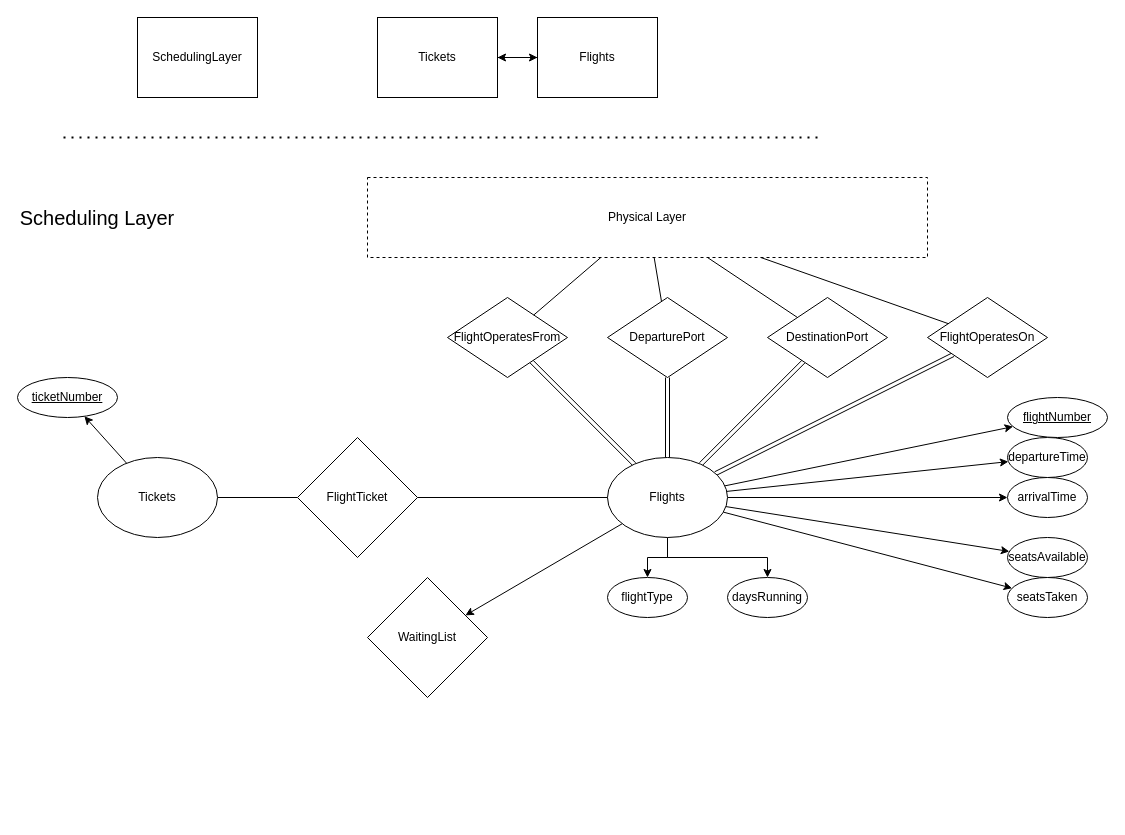
The draw.io diagram page "SchedulingLayer" (4 of 7) of ERDiagram.drawio in kyle4036/DatabaseManagement2026Project1, before the edit. Source tidied: cells renumbered, new cells numbered last; positions are measured from the earlier drawing's top-left corner, leaving out a move shared by most shapes. Both pictures are drawn from the tidied source at 100%, with x=0, y=0 at pixel (17, 17).
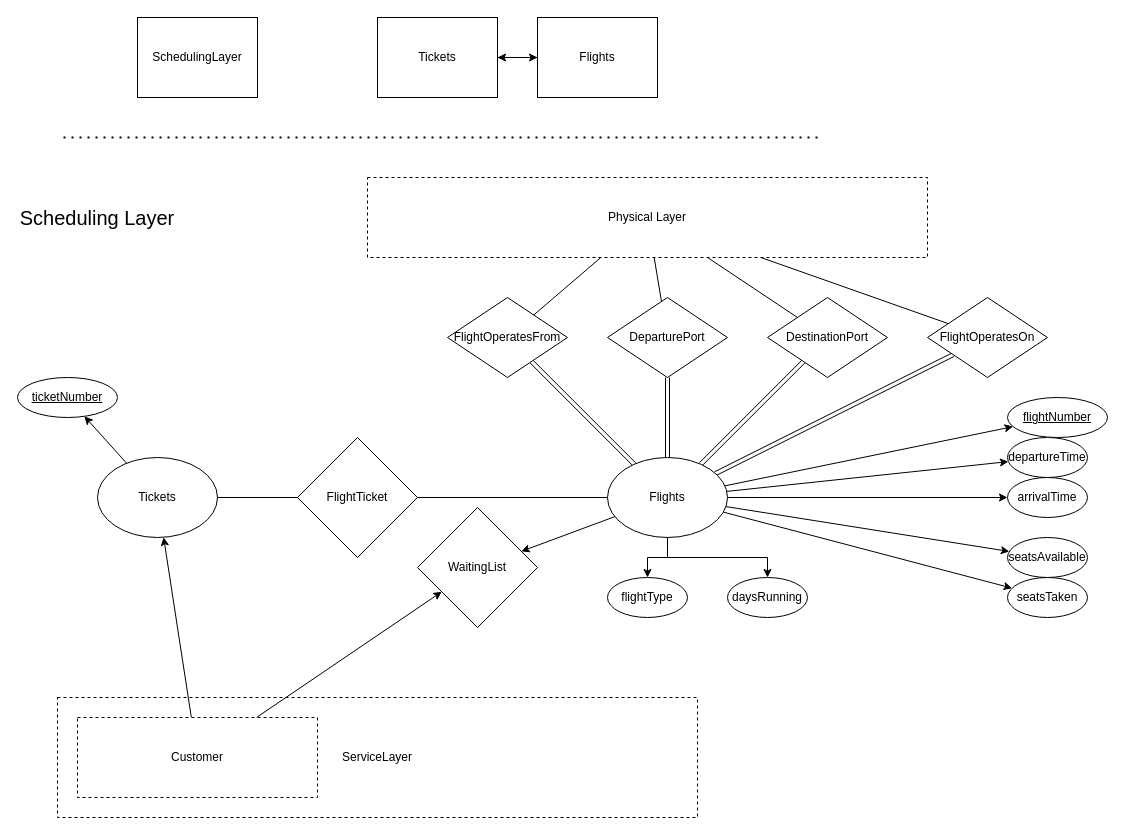
Above is the later version.

The change refers to these unchanged cells:
```xml
<mxCell id="24" value="Tickets" style="ellipse;whiteSpace=wrap;html=1;" parent="1" vertex="1">
  <mxGeometry x="80" y="440" width="120" height="80" as="geometry" />
</mxCell>
```

The edit, as a diff of the source:
```diff
@@
     <mxCell id="39" value="WaitingList" style="rhombus;whiteSpace=wrap;html=1;" parent="1" vertex="1">
-      <mxGeometry x="350" y="560" width="120" height="120" as="geometry" />
+      <mxGeometry x="400" y="490" width="120" height="120" as="geometry" />
     </mxCell>
@@
+    <mxCell id="46" value="ServiceLayer" style="rounded=0;whiteSpace=wrap;html=1;dashed=1;" parent="1" vertex="1">
+      <mxGeometry x="40" y="680" width="640" height="120" as="geometry" />
+    </mxCell>
+    <mxCell id="47" style="rounded=0;jettySize=auto;html=1;" parent="1" edge="1" source="49" target="24">
+      <mxGeometry relative="1" as="geometry" />
+    </mxCell>
+    <mxCell id="48" style="rounded=0;jettySize=auto;html=1;" parent="1" edge="1" source="49" target="39">
+      <mxGeometry relative="1" as="geometry" />
+    </mxCell>
+    <mxCell id="49" value="Customer" style="rounded=0;whiteSpace=wrap;html=1;dashed=1;" parent="1" vertex="1">
+      <mxGeometry x="60" y="700" width="240" height="80" as="geometry" />
+    </mxCell>
```
